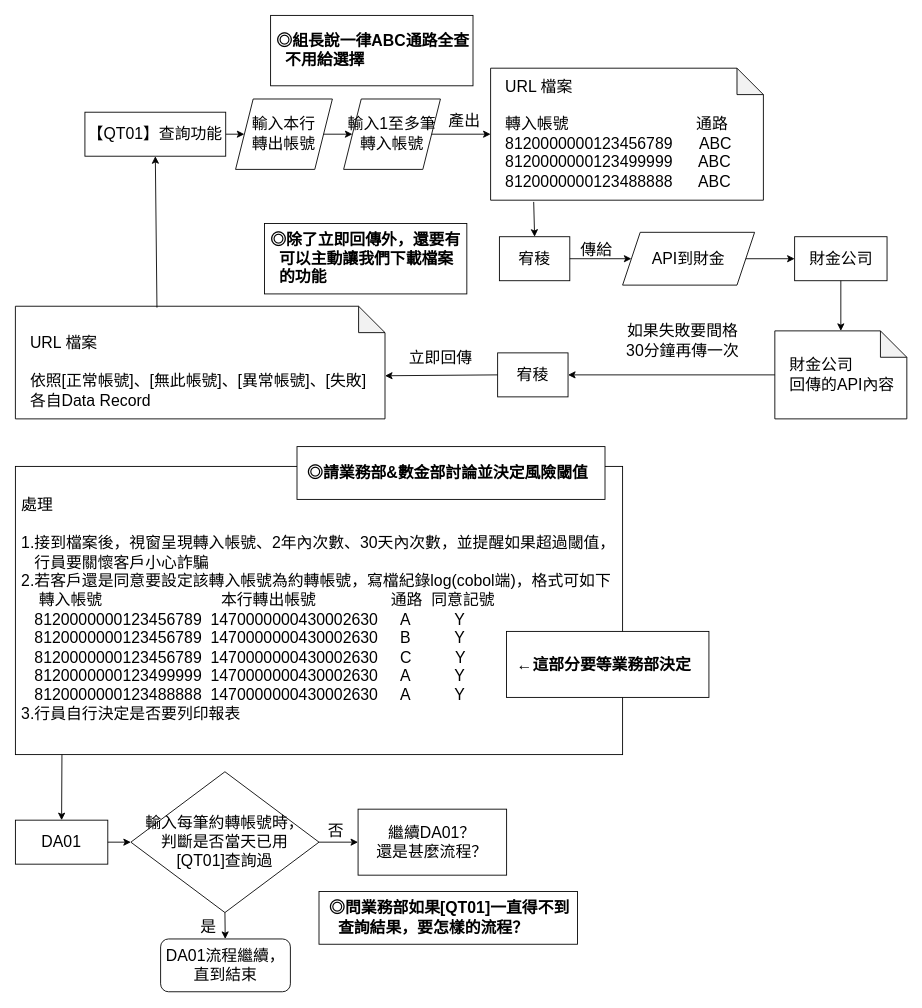
Before: page "查詢(新版)" (3 of 10) of 約轉灰名單架構.drawio in yeahyeah0606/yeahyeah0606.github.io, a draw.io diagram. Source tidied: cells renumbered, new cells numbered last; positions are measured from the earlier drawing's top-left corner, leaving out a move shared by most shapes. Both pictures are drawn from the tidied source at 88%, with x=0, y=0 at pixel (15, 15).
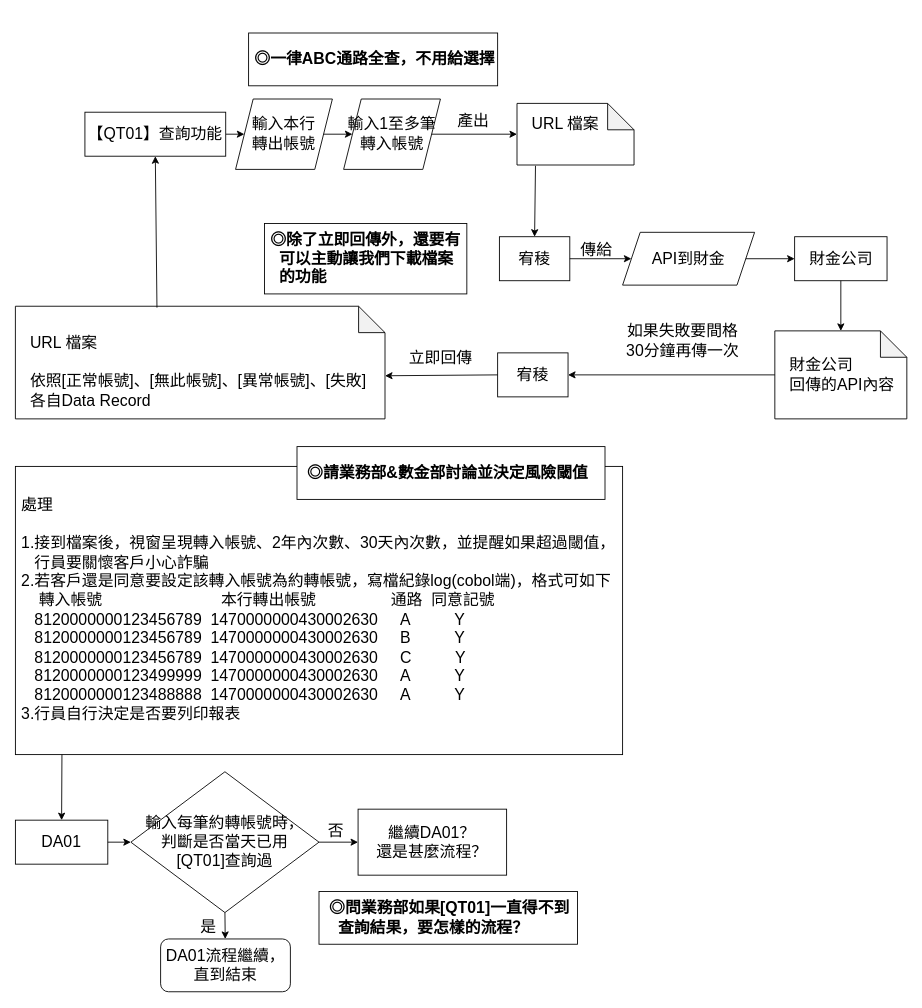
After the change.

Commit message:
更新約轉灰名單架構.drawio

Change to the diagram source:
```diff
@@
-    <mxCell id="4" value="&lt;font style=&quot;font-size: 18px;&quot;&gt;&amp;nbsp; &amp;nbsp;URL 檔案&lt;br&gt;&lt;br&gt;&amp;nbsp; &amp;nbsp;轉入帳號&amp;nbsp; &amp;nbsp; &amp;nbsp; &amp;nbsp; &amp;nbsp; &amp;nbsp; &amp;nbsp; &amp;nbsp; &amp;nbsp; &amp;nbsp; &amp;nbsp; &amp;nbsp; &amp;nbsp; &amp;nbsp; &amp;nbsp;通路&lt;br&gt;&amp;nbsp; &amp;nbsp;8120000000123456789&amp;nbsp; &amp;nbsp; &amp;nbsp; ABC&lt;br&gt;&amp;nbsp; &amp;nbsp;8120000000123499999&amp;nbsp; &amp;nbsp; &amp;nbsp; ABC&lt;br&gt;&amp;nbsp; &amp;nbsp;8120000000123488888&amp;nbsp; &amp;nbsp; &amp;nbsp; ABC&lt;br&gt;&lt;/font&gt;" style="shape=note;whiteSpace=wrap;html=1;backgroundOutline=1;darkOpacity=0.05;align=left;" parent="1" vertex="1">
-      <mxGeometry x="540" y="60" width="310" height="150" as="geometry" />
+    <mxCell id="4" value="&lt;font style=&quot;font-size: 18px;&quot;&gt;&amp;nbsp; &amp;nbsp;URL 檔案&lt;br&gt;&lt;br&gt;&lt;/font&gt;" style="shape=note;whiteSpace=wrap;html=1;backgroundOutline=1;darkOpacity=0.05;align=left;" parent="1" vertex="1">
+      <mxGeometry x="570" y="100" width="133" height="70" as="geometry" />
     </mxCell>
@@
     <mxCell id="6" value="&lt;font style=&quot;font-size: 18px;&quot;&gt;產出&lt;/font&gt;" style="text;html=1;align=center;verticalAlign=middle;strokeColor=none;fillColor=none;" parent="1" vertex="1">
-      <mxGeometry x="480" y="100" width="60" height="40" as="geometry" />
+      <mxGeometry x="490" y="100" width="60" height="40" as="geometry" />
     </mxCell>
@@
-    <mxCell id="36" value="&lt;font style=&quot;&quot;&gt;&lt;b style=&quot;font-size: 18px;&quot;&gt;&amp;nbsp;&lt;/b&gt;&lt;font style=&quot;font-size: 18px;&quot;&gt;&lt;b style=&quot;&quot;&gt;◎組長說一律ABC通路全查&lt;br&gt;&amp;nbsp; &amp;nbsp;不用給選擇&lt;/b&gt;&lt;/font&gt;&lt;br&gt;&lt;/font&gt;" style="rounded=0;whiteSpace=wrap;html=1;align=left;" parent="1" vertex="1">
-      <mxGeometry x="290" width="230" height="80" as="geometry" />
+    <mxCell id="36" value="&lt;font style=&quot;&quot;&gt;&lt;b style=&quot;font-size: 18px;&quot;&gt;&amp;nbsp;&lt;/b&gt;&lt;font style=&quot;font-size: 18px;&quot;&gt;&lt;b style=&quot;&quot;&gt;◎一律ABC通路全查，不用給選擇&lt;/b&gt;&lt;/font&gt;&lt;br&gt;&lt;/font&gt;" style="rounded=0;whiteSpace=wrap;html=1;align=left;" parent="1" vertex="1">
+      <mxGeometry x="265" y="20" width="283" height="60" as="geometry" />
     </mxCell>
@@
-    <mxCell id="38" value="&lt;font style=&quot;font-size: 18px;&quot;&gt;&lt;b&gt;&amp;nbsp; ←這部分要等業務部決定&lt;/b&gt;&lt;/font&gt;" style="rounded=0;whiteSpace=wrap;html=1;align=left;" parent="1" vertex="1">
-      <mxGeometry x="558.1" y="700" width="230" height="75" as="geometry" />
-    </mxCell>
```
